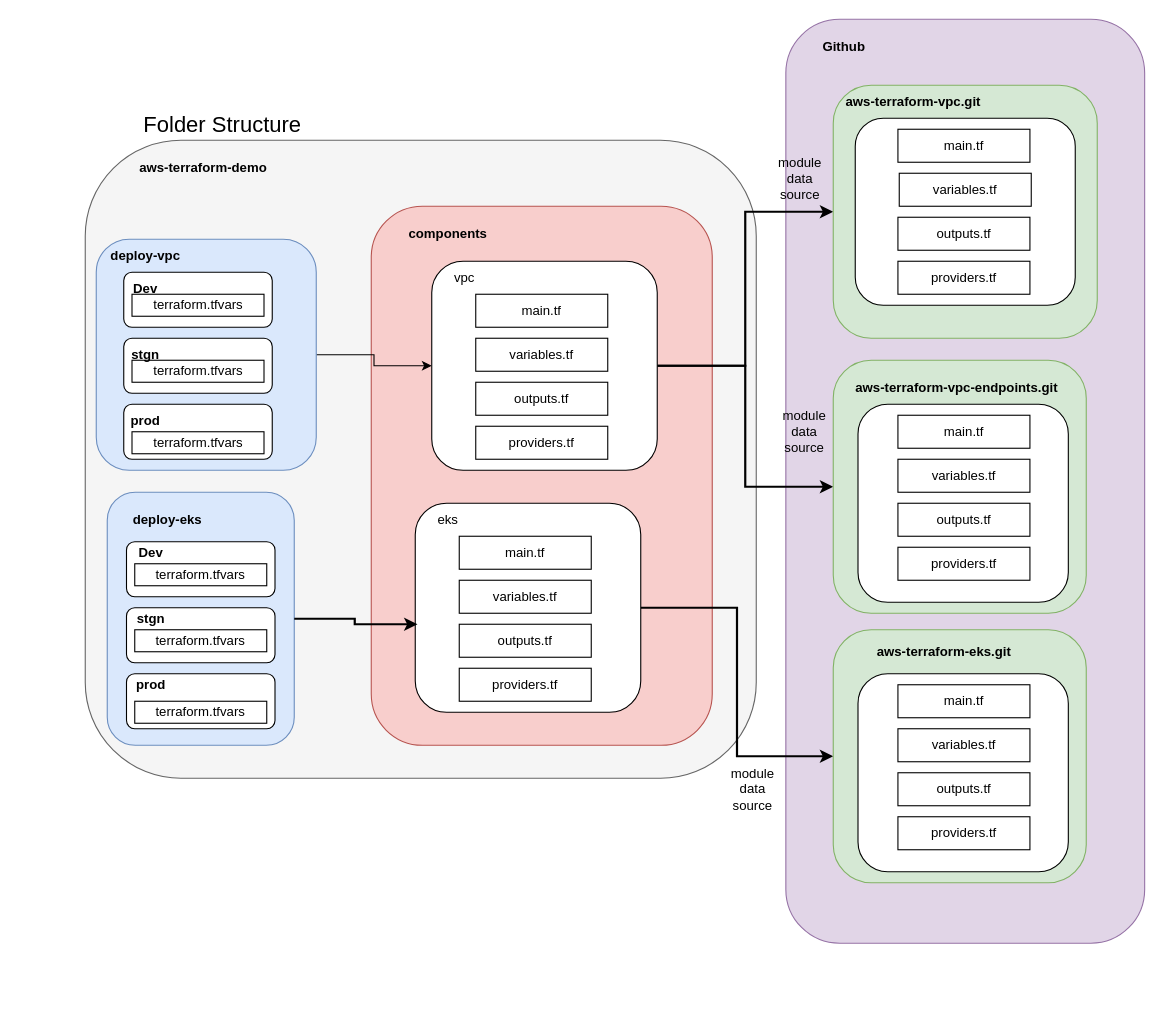
Before: diagrams/folder_structure.drawio in HanYangZhao/aws-terraform-demo, a draw.io diagram. Source tidied: cells renumbered, new cells numbered last; positions are measured from the earlier drawing's top-left corner, leaving out a move shared by most shapes. Both pictures are drawn from the tidied source at 110%, with x=0, y=0 at pixel (85, 19).
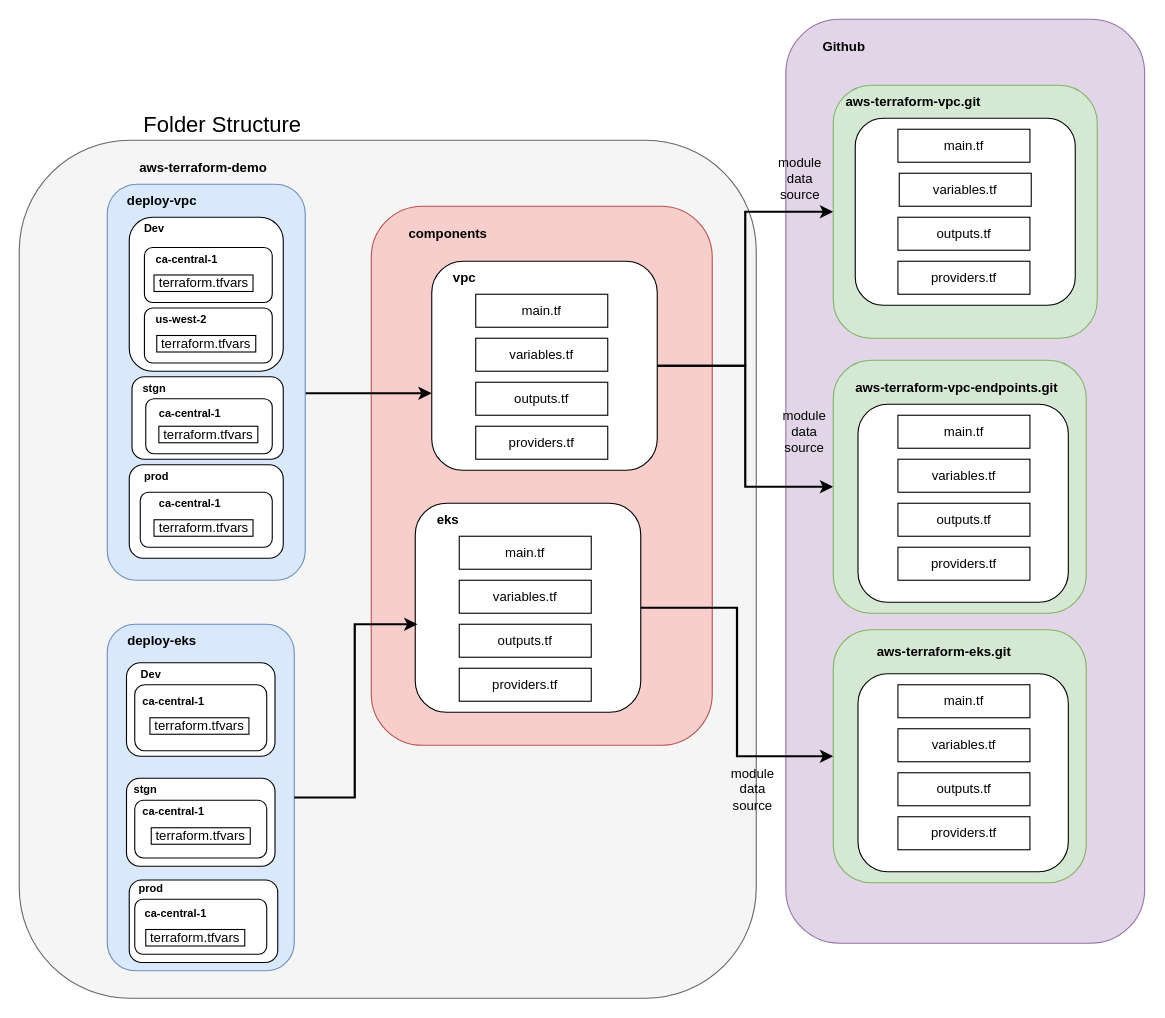
After the change.

Unchanged cells that the change refers to:
```xml
<mxCell id="10" style="rounded=1;whiteSpace=wrap;html=1;" parent="1" vertex="1">
  <mxGeometry x="315" y="220" width="205" height="190" as="geometry" />
</mxCell>
```

The edit, as a diff of the source:
```diff
@@
+    <mxCell id="3" style="rounded=1;whiteSpace=wrap;html=1;fillColor=#f5f5f5;fontColor=#333333;strokeColor=#666666;" parent="1" vertex="1">
+      <mxGeometry x="-60" y="110" width="670" height="780" as="geometry" />
+    </mxCell>
@@
-    <mxCell id="3" style="rounded=1;whiteSpace=wrap;html=1;fillColor=#f5f5f5;fontColor=#333333;strokeColor=#666666;" parent="1" vertex="1">
-      <mxGeometry y="110" width="610" height="580" as="geometry" />
-    </mxCell>
@@
-    <mxCell id="6" style="edgeStyle=orthogonalEdgeStyle;rounded=0;jettySize=auto;html=1;exitX=1;exitY=0.5;exitDx=0;exitDy=0;" parent="1" edge="1" source="7" target="10">
-      <mxGeometry relative="1" as="geometry" />
+    <mxCell id="6" style="edgeStyle=orthogonalEdgeStyle;rounded=0;jettySize=auto;html=1;exitX=0.997;exitY=0.524;exitDx=0;exitDy=0;strokeWidth=2;exitPerimeter=0;" parent="1" edge="1" source="7" target="10">
+      <mxGeometry relative="1" as="geometry">
+        <Array as="points">
+          <mxPoint x="200" y="340" />
+        </Array>
+      </mxGeometry>
     </mxCell>
     <mxCell id="7" style="rounded=1;whiteSpace=wrap;html=1;fillColor=#dae8fc;strokeColor=#6c8ebf;" parent="1" vertex="1">
-      <mxGeometry x="10" y="200" width="200" height="210" as="geometry" />
+      <mxGeometry x="20" y="150" width="180" height="360" as="geometry" />
     </mxCell>
@@
     <mxCell id="11" value="&lt;b&gt;deploy-vpc&lt;/b&gt;" style="text;html=1;strokeColor=none;fillColor=none;align=center;verticalAlign=middle;whiteSpace=wrap;rounded=0;" parent="1" vertex="1">
-      <mxGeometry x="10" y="200" width="90" height="30" as="geometry" />
+      <mxGeometry x="25" y="150" width="90" height="30" as="geometry" />
     </mxCell>
@@
-    <mxCell id="13" value="vpc" style="text;html=1;strokeColor=none;fillColor=none;align=center;verticalAlign=middle;whiteSpace=wrap;rounded=0;" parent="1" vertex="1">
+    <mxCell id="13" value="&lt;b&gt;vpc&lt;/b&gt;" style="text;html=1;strokeColor=none;fillColor=none;align=center;verticalAlign=middle;whiteSpace=wrap;rounded=0;" parent="1" vertex="1">
       <mxGeometry x="315" y="220" width="60" height="30" as="geometry" />
     </mxCell>
@@
     <mxCell id="36" style="rounded=1;whiteSpace=wrap;html=1;fillColor=#dae8fc;strokeColor=#6c8ebf;" parent="1" vertex="1">
-      <mxGeometry x="20" y="430" width="170" height="230" as="geometry" />
+      <mxGeometry x="20" y="550" width="170" height="315" as="geometry" />
     </mxCell>
     <mxCell id="37" value="&lt;b&gt;deploy-eks&lt;/b&gt;" style="text;html=1;strokeColor=none;fillColor=none;align=center;verticalAlign=middle;whiteSpace=wrap;rounded=0;" parent="1" vertex="1">
-      <mxGeometry x="30" y="440" width="90" height="30" as="geometry" />
+      <mxGeometry x="25" y="550" width="90" height="30" as="geometry" />
     </mxCell>
@@
-    <mxCell id="40" value="eks" style="text;html=1;strokeColor=none;fillColor=none;align=center;verticalAlign=middle;whiteSpace=wrap;rounded=0;" parent="1" vertex="1">
+    <mxCell id="40" value="&lt;b&gt;eks&lt;/b&gt;" style="text;html=1;strokeColor=none;fillColor=none;align=center;verticalAlign=middle;whiteSpace=wrap;rounded=0;" parent="1" vertex="1">
       <mxGeometry x="300" y="440" width="60" height="30" as="geometry" />
     </mxCell>
@@
     <mxCell id="49" style="rounded=1;whiteSpace=wrap;html=1;" parent="1" vertex="1">
-      <mxGeometry x="35" y="230" width="135" height="50" as="geometry" />
+      <mxGeometry x="40" y="180" width="140" height="140" as="geometry" />
     </mxCell>
@@
-    <mxCell id="57" style="rounded=1;whiteSpace=wrap;html=1;" parent="1" vertex="1">
-      <mxGeometry x="35" y="290" width="135" height="50" as="geometry" />
-    </mxCell>
-    <mxCell id="58" style="rounded=1;whiteSpace=wrap;html=1;" parent="1" vertex="1">
-      <mxGeometry x="35" y="350" width="135" height="50" as="geometry" />
-    </mxCell>
-    <mxCell id="59" value="&lt;div&gt;terraform.tfvars&lt;/div&gt;" style="rounded=0;whiteSpace=wrap;html=1;" parent="1" vertex="1">
-      <mxGeometry x="42.5" y="250" width="120" height="20" as="geometry" />
-    </mxCell>
-    <mxCell id="60" value="&lt;div&gt;terraform.tfvars&lt;/div&gt;" style="rounded=0;whiteSpace=wrap;html=1;" parent="1" vertex="1">
-      <mxGeometry x="42.5" y="310" width="120" height="20" as="geometry" />
-    </mxCell>
-    <mxCell id="61" value="&lt;div&gt;terraform.tfvars&lt;/div&gt;" style="rounded=0;whiteSpace=wrap;html=1;" parent="1" vertex="1">
-      <mxGeometry x="42.5" y="375" width="120" height="20" as="geometry" />
-    </mxCell>
-    <mxCell id="62" value="&lt;b&gt;Dev&lt;/b&gt;" style="text;html=1;strokeColor=none;fillColor=none;align=center;verticalAlign=middle;whiteSpace=wrap;rounded=0;" parent="1" vertex="1">
-      <mxGeometry x="25" y="230" width="60" height="30" as="geometry" />
+    <mxCell id="62" value="&lt;font size=&quot;1&quot;&gt;&lt;b&gt;Dev&lt;/b&gt;&lt;/font&gt;" style="text;html=1;strokeColor=none;fillColor=none;align=center;verticalAlign=middle;whiteSpace=wrap;rounded=0;" parent="1" vertex="1">
+      <mxGeometry x="32.5" y="175" width="60" height="30" as="geometry" />
     </mxCell>
-    <mxCell id="63" value="&lt;b&gt;stgn&lt;/b&gt;" style="text;html=1;strokeColor=none;fillColor=none;align=center;verticalAlign=middle;whiteSpace=wrap;rounded=0;" parent="1" vertex="1">
-      <mxGeometry x="25" y="290" width="60" height="30" as="geometry" />
-    </mxCell>
-    <mxCell id="64" value="&lt;b&gt;prod&lt;/b&gt;" style="text;html=1;strokeColor=none;fillColor=none;align=center;verticalAlign=middle;whiteSpace=wrap;rounded=0;" parent="1" vertex="1">
-      <mxGeometry x="25" y="350" width="60" height="30" as="geometry" />
-    </mxCell>
     <mxCell id="65" style="rounded=1;whiteSpace=wrap;html=1;" parent="1" vertex="1">
-      <mxGeometry x="37.5" y="475" width="135" height="50" as="geometry" />
+      <mxGeometry x="37.5" y="585" width="135" height="85" as="geometry" />
     </mxCell>
     <mxCell id="66" style="rounded=1;whiteSpace=wrap;html=1;" parent="1" vertex="1">
-      <mxGeometry x="37.5" y="535" width="135" height="50" as="geometry" />
+      <mxGeometry x="37.5" y="690" width="135" height="80" as="geometry" />
     </mxCell>
     <mxCell id="67" style="rounded=1;whiteSpace=wrap;html=1;" parent="1" vertex="1">
-      <mxGeometry x="37.5" y="595" width="135" height="50" as="geometry" />
+      <mxGeometry x="40" y="782.5" width="135" height="75" as="geometry" />
     </mxCell>
-    <mxCell id="68" value="&lt;div&gt;terraform.tfvars&lt;/div&gt;" style="rounded=0;whiteSpace=wrap;html=1;" parent="1" vertex="1">
-      <mxGeometry x="45" y="495" width="120" height="20" as="geometry" />
-    </mxCell>
-    <mxCell id="69" value="&lt;div&gt;terraform.tfvars&lt;/div&gt;" style="rounded=0;whiteSpace=wrap;html=1;" parent="1" vertex="1">
-      <mxGeometry x="45" y="555" width="120" height="20" as="geometry" />
-    </mxCell>
-    <mxCell id="70" value="&lt;div&gt;terraform.tfvars&lt;/div&gt;" style="rounded=0;whiteSpace=wrap;html=1;" parent="1" vertex="1">
-      <mxGeometry x="45" y="620" width="120" height="20" as="geometry" />
-    </mxCell>
-    <mxCell id="71" value="&lt;b&gt;Dev&lt;/b&gt;" style="text;html=1;strokeColor=none;fillColor=none;align=center;verticalAlign=middle;whiteSpace=wrap;rounded=0;" parent="1" vertex="1">
-      <mxGeometry x="30" y="470" width="60" height="30" as="geometry" />
+    <mxCell id="71" value="&lt;font size=&quot;1&quot;&gt;&lt;b&gt;Dev&lt;/b&gt;&lt;/font&gt;" style="text;html=1;strokeColor=none;fillColor=none;align=center;verticalAlign=middle;whiteSpace=wrap;rounded=0;" parent="1" vertex="1">
+      <mxGeometry x="30" y="580" width="60" height="30" as="geometry" />
     </mxCell>
-    <mxCell id="72" value="&lt;b&gt;stgn&lt;/b&gt;" style="text;html=1;strokeColor=none;fillColor=none;align=center;verticalAlign=middle;whiteSpace=wrap;rounded=0;" parent="1" vertex="1">
-      <mxGeometry x="30" y="530" width="60" height="30" as="geometry" />
+    <mxCell id="72" value="&lt;font size=&quot;1&quot;&gt;&lt;b&gt;stgn&lt;/b&gt;&lt;/font&gt;" style="text;html=1;strokeColor=none;fillColor=none;align=center;verticalAlign=middle;whiteSpace=wrap;rounded=0;" parent="1" vertex="1">
+      <mxGeometry x="25" y="685" width="60" height="30" as="geometry" />
     </mxCell>
-    <mxCell id="73" value="&lt;b&gt;prod&lt;/b&gt;" style="text;html=1;strokeColor=none;fillColor=none;align=center;verticalAlign=middle;whiteSpace=wrap;rounded=0;" parent="1" vertex="1">
-      <mxGeometry x="30" y="590" width="60" height="30" as="geometry" />
+    <mxCell id="73" value="&lt;font size=&quot;1&quot;&gt;&lt;b&gt;prod&lt;/b&gt;&lt;/font&gt;" style="text;html=1;strokeColor=none;fillColor=none;align=center;verticalAlign=middle;whiteSpace=wrap;rounded=0;" parent="1" vertex="1">
+      <mxGeometry x="30" y="775" width="60" height="30" as="geometry" />
     </mxCell>
+    <mxCell id="74" style="rounded=1;whiteSpace=wrap;html=1;" parent="1" vertex="1">
+      <mxGeometry x="45" y="800" width="120" height="50" as="geometry" />
+    </mxCell>
+    <mxCell id="75" value="&lt;font style=&quot;font-size: 10px;&quot;&gt;ca-central-1&lt;/font&gt;" style="text;html=1;strokeColor=none;fillColor=none;align=center;verticalAlign=middle;whiteSpace=wrap;rounded=0;fontStyle=1;" parent="1" vertex="1">
+      <mxGeometry x="40" y="797.5" width="85" height="30" as="geometry" />
+    </mxCell>
+    <mxCell id="76" style="rounded=1;whiteSpace=wrap;html=1;" parent="1" vertex="1">
+      <mxGeometry x="45" y="710" width="120" height="52.5" as="geometry" />
+    </mxCell>
+    <mxCell id="69" value="&lt;div&gt;terraform.tfvars&lt;/div&gt;" style="rounded=0;whiteSpace=wrap;html=1;" parent="1" vertex="1">
+      <mxGeometry x="60" y="735" width="90" height="15" as="geometry" />
+    </mxCell>
+    <mxCell id="77" value="&lt;font style=&quot;font-size: 10px;&quot;&gt;ca-central-1&lt;/font&gt;" style="text;html=1;strokeColor=none;fillColor=none;align=center;verticalAlign=middle;whiteSpace=wrap;rounded=0;fontStyle=1;" parent="1" vertex="1">
+      <mxGeometry x="37.5" y="705" width="85" height="30" as="geometry" />
+    </mxCell>
+    <mxCell id="78" style="rounded=1;whiteSpace=wrap;html=1;" parent="1" vertex="1">
+      <mxGeometry x="45" y="605" width="120" height="60" as="geometry" />
+    </mxCell>
+    <mxCell id="79" value="&lt;font style=&quot;font-size: 10px;&quot;&gt;ca-central-1&lt;/font&gt;" style="text;html=1;strokeColor=none;fillColor=none;align=center;verticalAlign=middle;whiteSpace=wrap;rounded=0;fontStyle=1;" parent="1" vertex="1">
+      <mxGeometry x="37.5" y="605" width="85" height="30" as="geometry" />
+    </mxCell>
+    <mxCell id="80" style="rounded=1;whiteSpace=wrap;html=1;" parent="1" vertex="1">
+      <mxGeometry x="40" y="405" width="140" height="85" as="geometry" />
+    </mxCell>
+    <mxCell id="64" value="&lt;font size=&quot;1&quot;&gt;&lt;b&gt;prod&lt;/b&gt;&lt;/font&gt;" style="text;html=1;strokeColor=none;fillColor=none;align=center;verticalAlign=middle;whiteSpace=wrap;rounded=0;" parent="1" vertex="1">
+      <mxGeometry x="35" y="400" width="60" height="30" as="geometry" />
+    </mxCell>
+    <mxCell id="81" style="rounded=1;whiteSpace=wrap;html=1;" parent="1" vertex="1">
+      <mxGeometry x="50" y="430" width="120" height="50" as="geometry" />
+    </mxCell>
+    <mxCell id="82" value="&lt;font style=&quot;font-size: 10px;&quot;&gt;ca-central-1&lt;/font&gt;" style="text;html=1;strokeColor=none;fillColor=none;align=center;verticalAlign=middle;whiteSpace=wrap;rounded=0;fontStyle=1;" parent="1" vertex="1">
+      <mxGeometry x="52.5" y="425" width="85" height="30" as="geometry" />
+    </mxCell>
+    <mxCell id="83" style="rounded=1;whiteSpace=wrap;html=1;" parent="1" vertex="1">
+      <mxGeometry x="42.5" y="325" width="137.5" height="75" as="geometry" />
+    </mxCell>
+    <mxCell id="63" value="&lt;font size=&quot;1&quot;&gt;&lt;b&gt;stgn&lt;/b&gt;&lt;/font&gt;" style="text;html=1;strokeColor=none;fillColor=none;align=center;verticalAlign=middle;whiteSpace=wrap;rounded=0;" parent="1" vertex="1">
+      <mxGeometry x="32.5" y="320" width="60" height="30" as="geometry" />
+    </mxCell>
+    <mxCell id="84" style="rounded=1;whiteSpace=wrap;html=1;" parent="1" vertex="1">
+      <mxGeometry x="55" y="345" width="115" height="50" as="geometry" />
+    </mxCell>
+    <mxCell id="85" value="&lt;font style=&quot;font-size: 10px;&quot;&gt;ca-central-1&lt;/font&gt;" style="text;html=1;strokeColor=none;fillColor=none;align=center;verticalAlign=middle;whiteSpace=wrap;rounded=0;fontStyle=1;" parent="1" vertex="1">
+      <mxGeometry x="52.5" y="342.5" width="85" height="30" as="geometry" />
+    </mxCell>
+    <mxCell id="86" style="rounded=1;whiteSpace=wrap;html=1;" parent="1" vertex="1">
+      <mxGeometry x="53.8" y="207.5" width="116.2" height="50" as="geometry" />
+    </mxCell>
+    <mxCell id="87" value="&lt;font style=&quot;font-size: 10px;&quot;&gt;ca-central-1&lt;/font&gt;" style="text;html=1;strokeColor=none;fillColor=none;align=center;verticalAlign=middle;whiteSpace=wrap;rounded=0;fontStyle=1;" parent="1" vertex="1">
+      <mxGeometry x="50" y="202.5" width="85" height="30" as="geometry" />
+    </mxCell>
+    <mxCell id="88" style="rounded=1;whiteSpace=wrap;html=1;" parent="1" vertex="1">
+      <mxGeometry x="53.8" y="262.5" width="116.2" height="50" as="geometry" />
+    </mxCell>
+    <mxCell id="89" value="&lt;font style=&quot;font-size: 10px;&quot;&gt;us-west-2&lt;/font&gt;" style="text;html=1;strokeColor=none;fillColor=none;align=center;verticalAlign=middle;whiteSpace=wrap;rounded=0;fontStyle=1;" parent="1" vertex="1">
+      <mxGeometry x="45" y="257.5" width="85" height="30" as="geometry" />
+    </mxCell>
+    <mxCell id="90" value="&lt;div&gt;terraform.tfvars&lt;/div&gt;" style="rounded=0;whiteSpace=wrap;html=1;" parent="1" vertex="1">
+      <mxGeometry x="58.8" y="635" width="90" height="15" as="geometry" />
+    </mxCell>
+    <mxCell id="91" value="&lt;div&gt;terraform.tfvars&lt;/div&gt;" style="rounded=0;whiteSpace=wrap;html=1;" parent="1" vertex="1">
+      <mxGeometry x="55" y="827.5" width="90" height="15" as="geometry" />
+    </mxCell>
+    <mxCell id="92" value="&lt;div&gt;terraform.tfvars&lt;/div&gt;" style="rounded=0;whiteSpace=wrap;html=1;" parent="1" vertex="1">
+      <mxGeometry x="62.5" y="455" width="90" height="15" as="geometry" />
+    </mxCell>
+    <mxCell id="93" value="&lt;div&gt;terraform.tfvars&lt;/div&gt;" style="rounded=0;whiteSpace=wrap;html=1;" parent="1" vertex="1">
+      <mxGeometry x="66.9" y="370" width="90" height="15" as="geometry" />
+    </mxCell>
+    <mxCell id="94" value="&lt;div&gt;terraform.tfvars&lt;/div&gt;" style="rounded=0;whiteSpace=wrap;html=1;" parent="1" vertex="1">
+      <mxGeometry x="65" y="287.5" width="90" height="15" as="geometry" />
+    </mxCell>
+    <mxCell id="95" value="&lt;div&gt;terraform.tfvars&lt;/div&gt;" style="rounded=0;whiteSpace=wrap;html=1;" parent="1" vertex="1">
+      <mxGeometry x="62.5" y="232.5" width="90" height="15" as="geometry" />
+    </mxCell>
```
